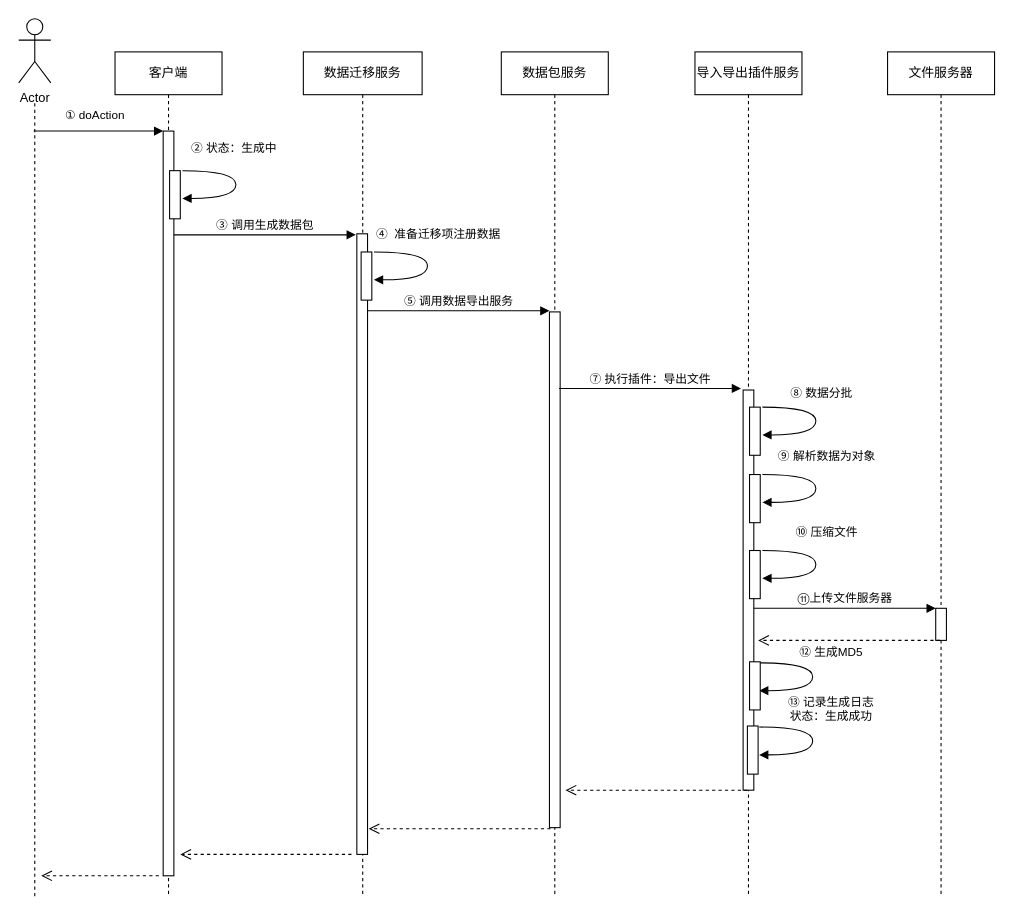
The draw.io diagram 发送.drawio in typooooohj/PubSub, before the edit. Source tidied: cells renumbered, new cells numbered last; positions are measured from the earlier drawing's top-left corner, leaving out a move shared by most shapes. Both pictures are drawn from the tidied source at 107%, with x=0, y=0 at pixel (18, 18).
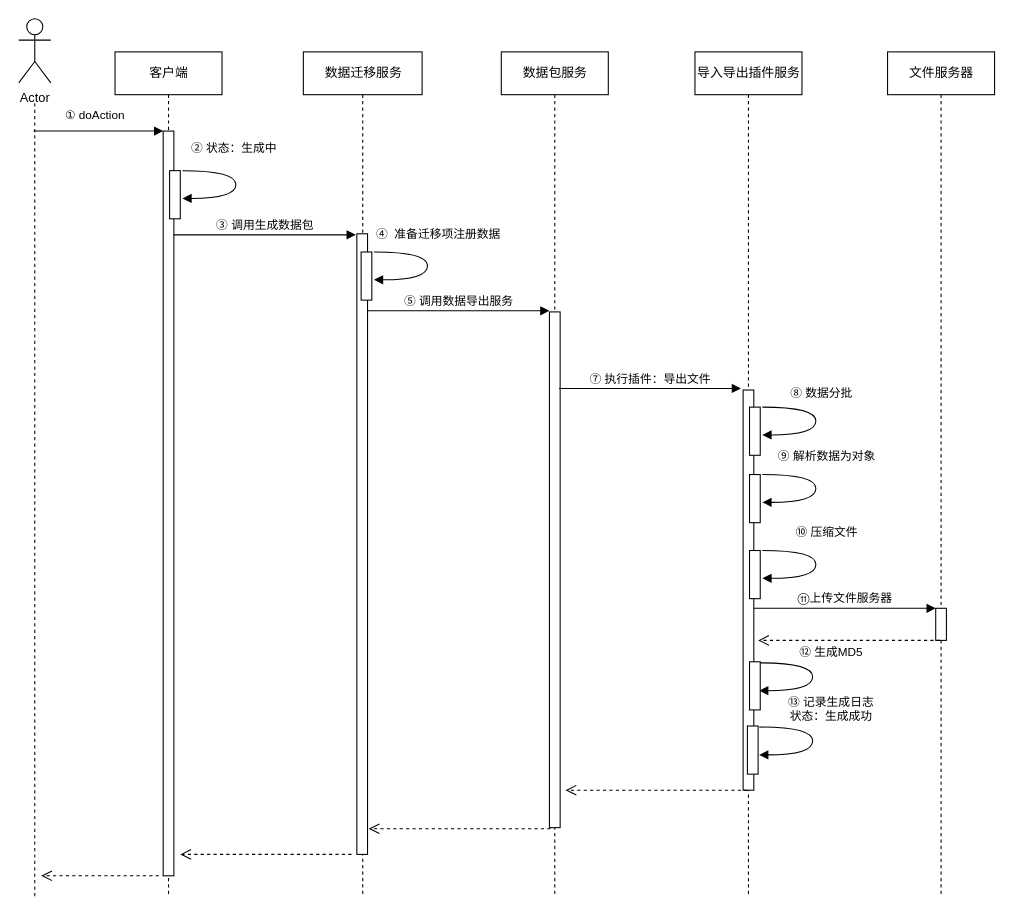
The same diagram, later.

Diff of the diagram source:
```diff
@@
-    <mxCell id="2" value="客户端" style="shape=umlLifeline;perimeter=lifelinePerimeter;whiteSpace=wrap;html=1;newEdgeStyle={&quot;edgeStyle&quot;:&quot;elbowEdgeStyle&quot;,&quot;elbow&quot;:&quot;vertical&quot;,&quot;curved&quot;:0,&quot;rounded&quot;:0};" parent="1" vertex="1">
+    <mxCell id="2" value="客户端" style="shape=umlLifeline;perimeter=lifelinePerimeter;html=1;newEdgeStyle={&quot;edgeStyle&quot;:&quot;elbowEdgeStyle&quot;,&quot;elbow&quot;:&quot;vertical&quot;,&quot;curved&quot;:0,&quot;rounded&quot;:0};" parent="1" vertex="1">
       <mxGeometry x="90" y="31" width="100" height="790" as="geometry" />
     </mxCell>
@@
-    <mxCell id="4" value="数据迁移服务" style="shape=umlLifeline;perimeter=lifelinePerimeter;whiteSpace=wrap;html=1;newEdgeStyle={&quot;edgeStyle&quot;:&quot;elbowEdgeStyle&quot;,&quot;elbow&quot;:&quot;vertical&quot;,&quot;curved&quot;:0,&quot;rounded&quot;:0};" parent="1" vertex="1">
+    <mxCell id="4" value="数据迁移服务" style="shape=umlLifeline;perimeter=lifelinePerimeter;html=1;newEdgeStyle={&quot;edgeStyle&quot;:&quot;elbowEdgeStyle&quot;,&quot;elbow&quot;:&quot;vertical&quot;,&quot;curved&quot;:0,&quot;rounded&quot;:0};" parent="1" vertex="1">
       <mxGeometry x="266" y="31" width="111" height="790" as="geometry" />
     </mxCell>
@@
-    <mxCell id="10" value="数据包服务" style="shape=umlLifeline;perimeter=lifelinePerimeter;whiteSpace=wrap;html=1;newEdgeStyle={&quot;edgeStyle&quot;:&quot;elbowEdgeStyle&quot;,&quot;elbow&quot;:&quot;vertical&quot;,&quot;curved&quot;:0,&quot;rounded&quot;:0};" parent="1" vertex="1">
+    <mxCell id="10" value="数据包服务" style="shape=umlLifeline;perimeter=lifelinePerimeter;html=1;newEdgeStyle={&quot;edgeStyle&quot;:&quot;elbowEdgeStyle&quot;,&quot;elbow&quot;:&quot;vertical&quot;,&quot;curved&quot;:0,&quot;rounded&quot;:0};" parent="1" vertex="1">
       <mxGeometry x="451" y="31" width="100" height="790" as="geometry" />
     </mxCell>
@@
-    <mxCell id="12" value="导入导出插件服务" style="shape=umlLifeline;perimeter=lifelinePerimeter;whiteSpace=wrap;html=1;newEdgeStyle={&quot;edgeStyle&quot;:&quot;elbowEdgeStyle&quot;,&quot;elbow&quot;:&quot;vertical&quot;,&quot;curved&quot;:0,&quot;rounded&quot;:0};" parent="1" vertex="1">
+    <mxCell id="12" value="导入导出插件服务" style="shape=umlLifeline;perimeter=lifelinePerimeter;html=1;newEdgeStyle={&quot;edgeStyle&quot;:&quot;elbowEdgeStyle&quot;,&quot;elbow&quot;:&quot;vertical&quot;,&quot;curved&quot;:0,&quot;rounded&quot;:0};" parent="1" vertex="1">
       <mxGeometry x="632" y="31" width="100" height="790" as="geometry" />
     </mxCell>
@@
-    <mxCell id="24" value="文件服务器" style="shape=umlLifeline;perimeter=lifelinePerimeter;whiteSpace=wrap;html=1;newEdgeStyle={&quot;edgeStyle&quot;:&quot;elbowEdgeStyle&quot;,&quot;elbow&quot;:&quot;vertical&quot;,&quot;curved&quot;:0,&quot;rounded&quot;:0};" parent="1" vertex="1">
+    <mxCell id="24" value="文件服务器" style="shape=umlLifeline;perimeter=lifelinePerimeter;html=1;newEdgeStyle={&quot;edgeStyle&quot;:&quot;elbowEdgeStyle&quot;,&quot;elbow&quot;:&quot;vertical&quot;,&quot;curved&quot;:0,&quot;rounded&quot;:0};" parent="1" vertex="1">
       <mxGeometry x="812" y="31" width="100" height="790" as="geometry" />
     </mxCell>
```
